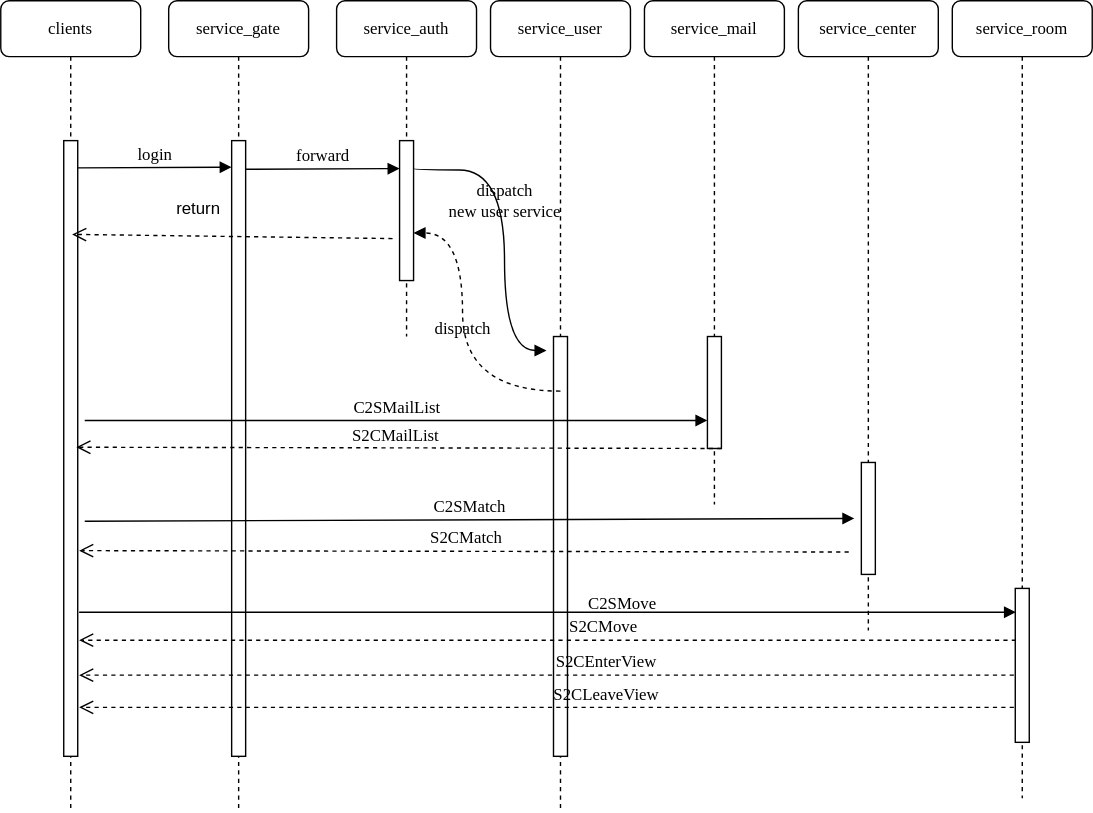
This is image/message.svg from sniper00/MoonDemo, a draw.io export, as it was before one commit. Source tidied: cells renumbered, new cells last; positions are measured from the earlier drawing's top-left corner, leaving out a move shared by most shapes.
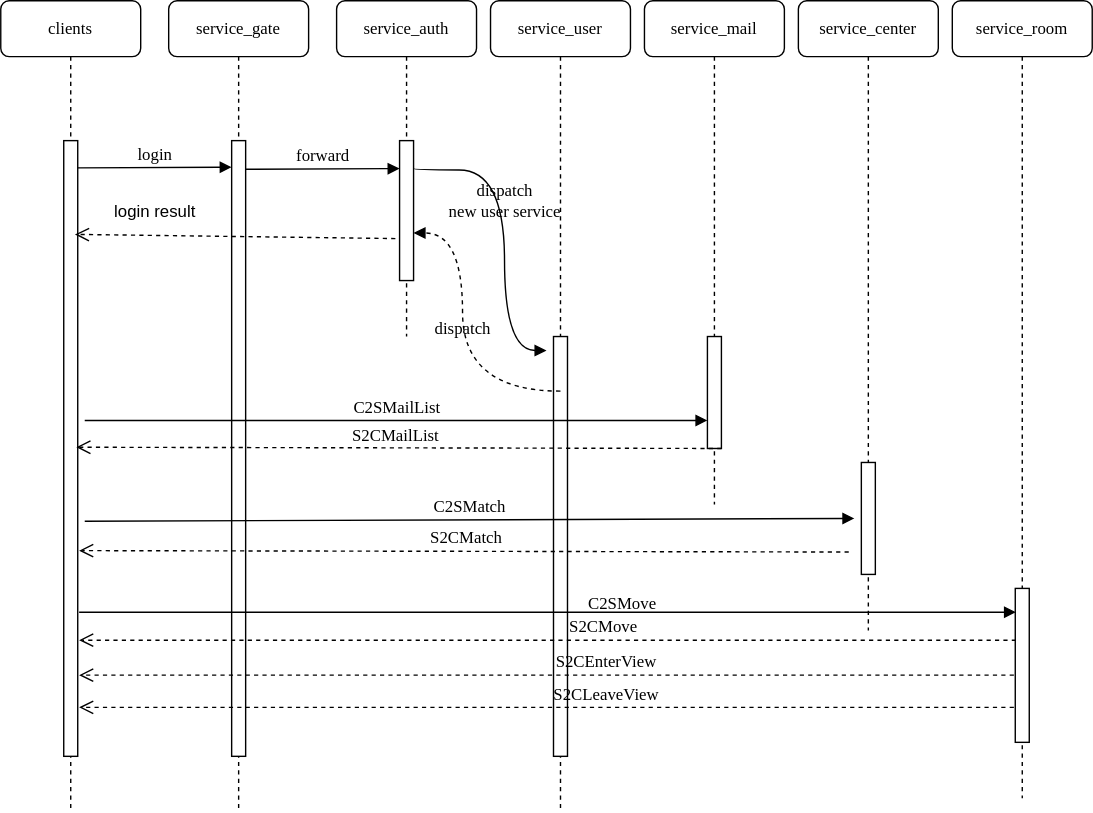
The same file after the commit.

Diff of the diagram source:
```diff
@@ -76,10 +76,10 @@
         </Array>
       </mxGeometry>
     </mxCell>
-    <mxCell id="20" value="&lt;font style=&quot;font-size: 12px;&quot;&gt;return&lt;/font&gt;" style="html=1;verticalAlign=bottom;endArrow=open;dashed=1;endSize=8;curved=0;rounded=0;" parent="1" edge="1">
-      <mxGeometry x="0.21" y="-10" relative="1" as="geometry">
-        <mxPoint x="280" y="170" as="sourcePoint" />
-        <mxPoint x="51" y="167" as="targetPoint" />
+    <mxCell id="20" value="&lt;font style=&quot;font-size: 12px;&quot;&gt;login result&lt;/font&gt;" style="html=1;verticalAlign=bottom;endArrow=open;dashed=1;endSize=8;curved=0;rounded=0;" parent="1" edge="1">
+      <mxGeometry x="0.5" y="-8" relative="1" as="geometry">
+        <mxPoint x="282" y="170" as="sourcePoint" />
+        <mxPoint x="53" y="167" as="targetPoint" />
       </mxGeometry>
     </mxCell>
     <mxCell id="21" value="C2SMailList" style="html=1;verticalAlign=bottom;endArrow=block;entryX=0;entryY=0;labelBackgroundColor=none;fontFamily=Verdana;fontSize=12;" parent="1" edge="1">
```
